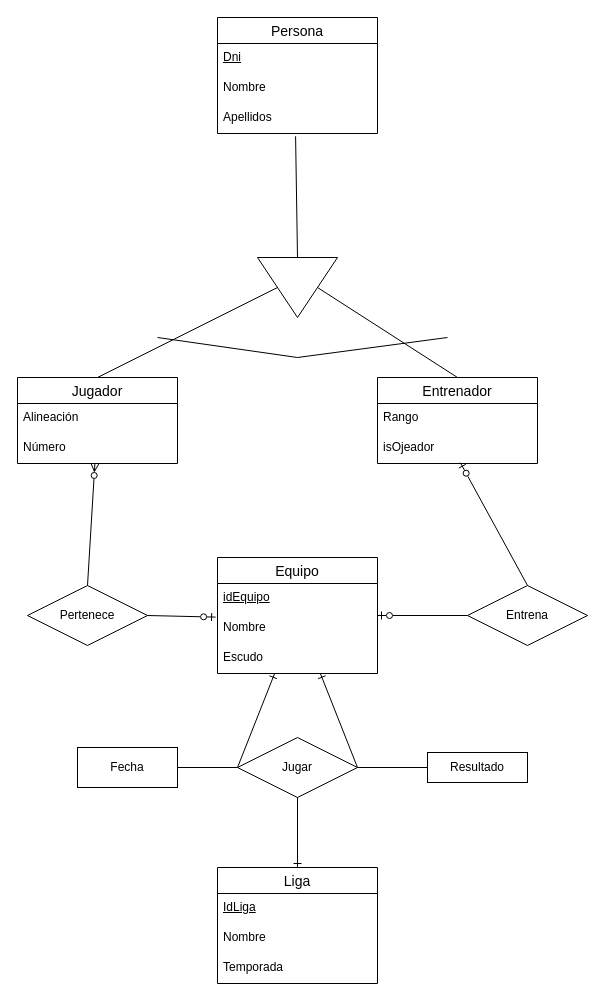
AlejandroCara/acr-tsys-modeloER-drawio-1110 keeps this draw.io diagram as TA12Ej10.drawio. Above is the earlier version. Source tidied: cells renumbered, new cells numbered last; positions are measured from the earlier drawing's top-left corner, leaving out a move shared by most shapes. Both pictures are drawn from the tidied source at 100%, with x=0, y=0 at pixel (17, 17).
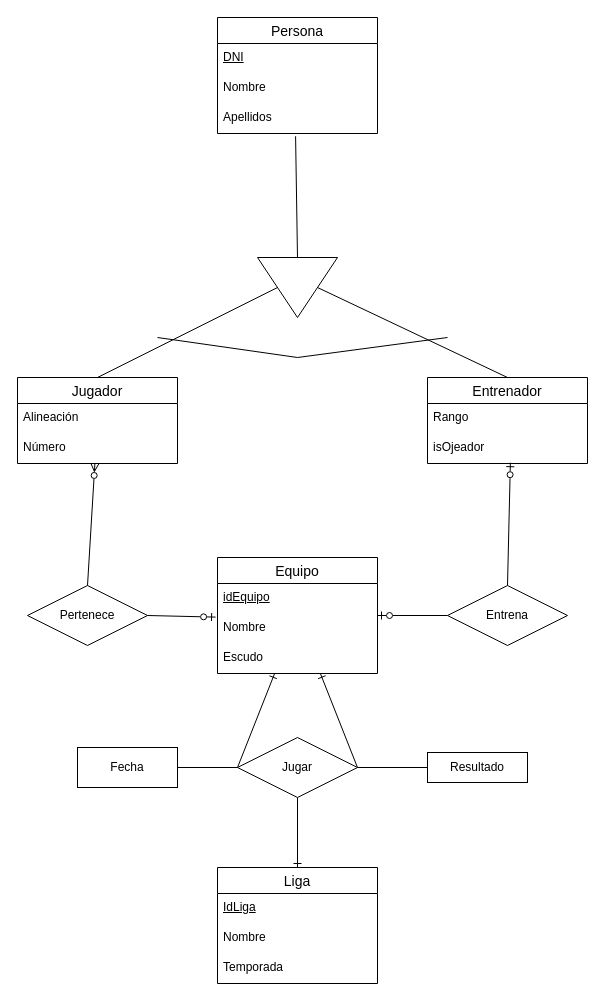
The same diagram, later.

The change refers to these unchanged cells:
```xml
<mxCell id="5" value="Persona" style="swimlane;fontStyle=0;horizontal=1;startSize=26;align=center;fontSize=14;" parent="1" vertex="1">
  <mxGeometry x="200" width="160" height="116" as="geometry" />
</mxCell>
```

Diff of the diagram source:
```diff
@@
-    <mxCell id="6" value="&lt;u&gt;Dni&lt;/u&gt;" style="text;strokeColor=none;fillColor=none;spacingLeft=4;spacingRight=4;overflow=hidden;fontSize=12;whiteSpace=wrap;html=1;" parent="5" vertex="1">
+    <mxCell id="6" value="&lt;u&gt;DNI&lt;/u&gt;" style="text;strokeColor=none;fillColor=none;spacingLeft=4;spacingRight=4;overflow=hidden;fontSize=12;whiteSpace=wrap;html=1;" parent="5" vertex="1">
       <mxGeometry y="26" width="160" height="30" as="geometry" />
     </mxCell>
@@
     <mxCell id="9" value="Entrenador" style="swimlane;fontStyle=0;horizontal=1;startSize=26;align=center;fontSize=14;" parent="1" vertex="1">
-      <mxGeometry x="360" y="360" width="160" height="86" as="geometry" />
+      <mxGeometry x="410" y="360" width="160" height="86" as="geometry" />
     </mxCell>
@@
     <mxCell id="26" value="Entrena" style="shape=rhombus;perimeter=rhombusPerimeter;whiteSpace=wrap;html=1;align=center;" parent="1" vertex="1">
-      <mxGeometry x="450" y="568" width="120" height="60" as="geometry" />
+      <mxGeometry x="430" y="568" width="120" height="60" as="geometry" />
     </mxCell>
```
